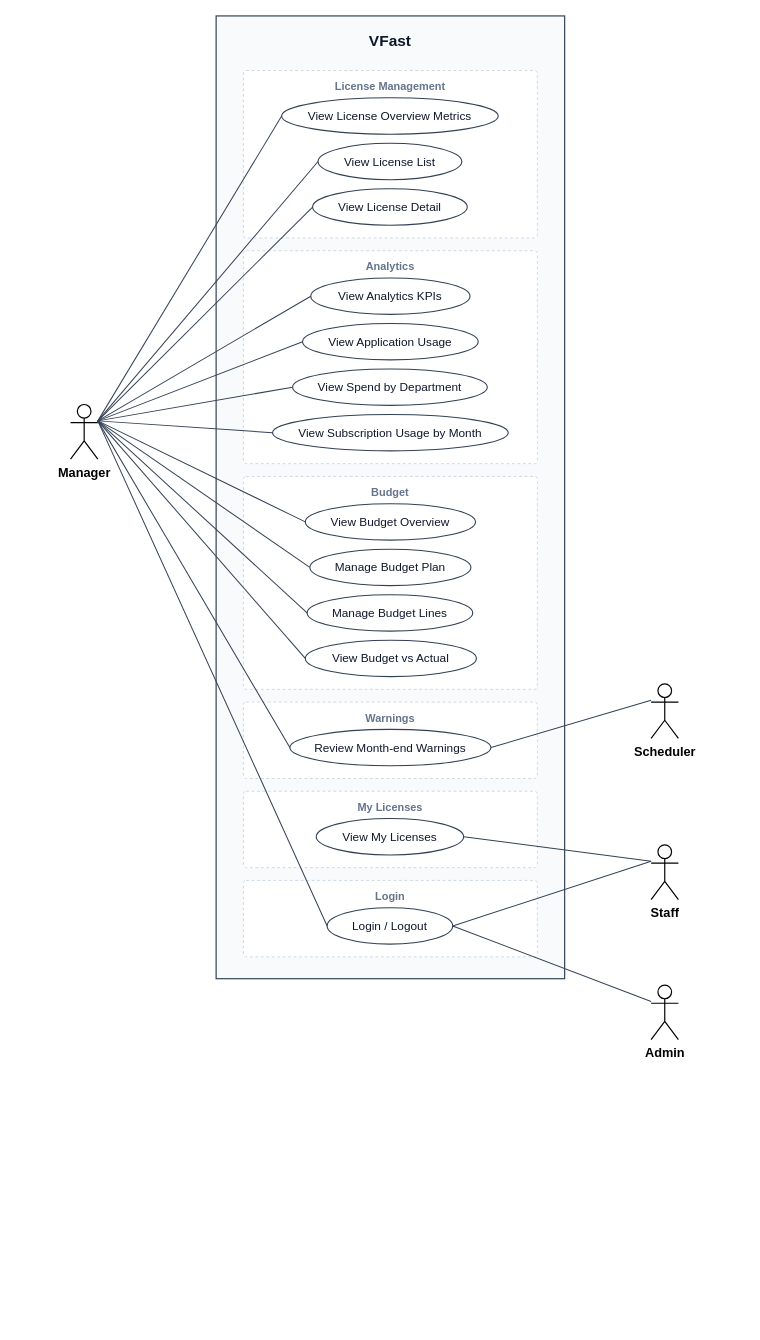
This is docs/diagrams/out/uc_vfast.drawio from cuonglpv/VFast, a draw.io file, before an edit. Source tidied: cells renumbered, new cells numbered last; positions are measured from the earlier drawing's top-left corner, leaving out a move shared by most shapes. Both pictures are drawn from the tidied source at 91%, with x=0, y=0 at pixel (70, 15).
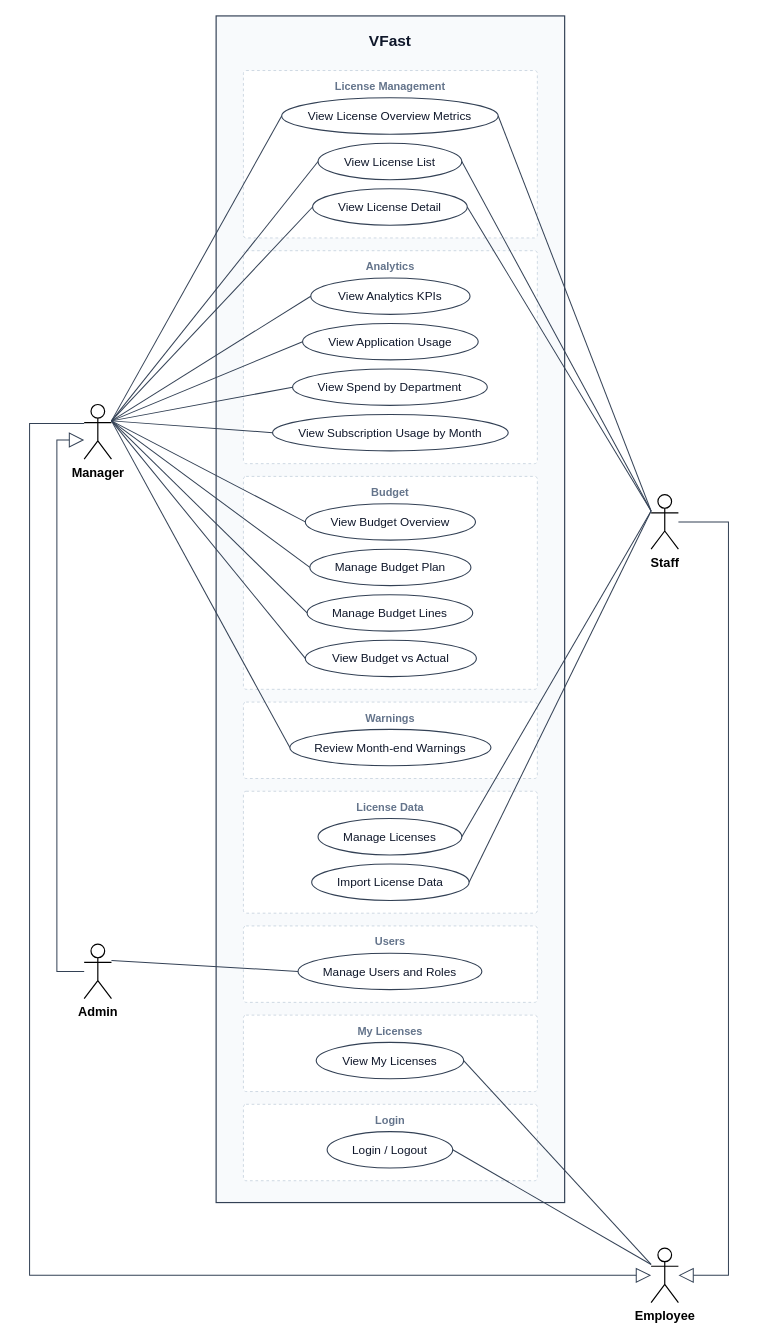
The same diagram, later.

Commit message (it also covers changes not shown here):
docs: restructure into research, use cases and INVEST docs with the new roles

The change refers to these unchanged cells:
```xml
<mxCell id="9" value="View License Overview Metrics" style="ellipse;whiteSpace=wrap;html=1;fillColor=#ffffff;strokeColor=#334155;strokeWidth=1.2;fontSize=13;fontColor=#0f172a;fontFamily=Arial;" parent="1" vertex="1">
  <mxGeometry x="232" y="90" width="238" height="40" as="geometry" />
</mxCell>
<mxCell id="10" value="View License List" style="ellipse;whiteSpace=wrap;html=1;fillColor=#ffffff;strokeColor=#334155;strokeWidth=1.2;fontSize=13;fontColor=#0f172a;fontFamily=Arial;" parent="1" vertex="1">
  <mxGeometry x="272" y="140" width="158" height="40" as="geometry" />
</mxCell>
<mxCell id="11" value="View License Detail" style="ellipse;whiteSpace=wrap;html=1;fillColor=#ffffff;strokeColor=#334155;strokeWidth=1.2;fontSize=13;fontColor=#0f172a;fontFamily=Arial;" parent="1" vertex="1">
  <mxGeometry x="266" y="190" width="170" height="40" as="geometry" />
</mxCell>
<mxCell id="20" value="Review Month-end Warnings" style="ellipse;whiteSpace=wrap;html=1;fillColor=#ffffff;strokeColor=#334155;strokeWidth=1.2;fontSize=13;fontColor=#0f172a;fontFamily=Arial;" parent="1" vertex="1">
  <mxGeometry x="241" y="784" width="221" height="40" as="geometry" />
</mxCell>
```

Diff of the diagram source:
```diff
@@
     <mxCell id="2" value="VFast" style="rounded=0;whiteSpace=wrap;html=1;fillColor=#F8FAFC;strokeColor=#334155;strokeWidth=1.3;verticalAlign=top;fontSize=17;fontStyle=1;fontColor=#0f172a;spacingTop=12;fontFamily=Arial;" parent="1" vertex="1">
-      <mxGeometry x="160" width="383" height="1058" as="geometry" />
+      <mxGeometry x="160" width="383" height="1304" as="geometry" />
     </mxCell>
@@
-    <mxCell id="7" value="My Licenses" style="rounded=1;arcSize=6;absoluteArcSize=1;whiteSpace=wrap;html=1;fillColor=#ffffff;strokeColor=#CBD5E1;dashed=1;strokeWidth=1;verticalAlign=top;align=center;spacingTop=4;fontSize=12;fontStyle=1;fontColor=#64748B;fontFamily=Arial;" parent="1" vertex="1">
-      <mxGeometry x="190" y="852" width="323" height="84" as="geometry" />
+    <mxCell id="7" value="License Data" style="rounded=1;arcSize=6;absoluteArcSize=1;whiteSpace=wrap;html=1;fillColor=#ffffff;strokeColor=#CBD5E1;dashed=1;strokeWidth=1;verticalAlign=top;align=center;spacingTop=4;fontSize=12;fontStyle=1;fontColor=#64748B;fontFamily=Arial;" parent="1" vertex="1">
+      <mxGeometry x="190" y="852" width="323" height="134" as="geometry" />
     </mxCell>
-    <mxCell id="8" value="Login" style="rounded=1;arcSize=6;absoluteArcSize=1;whiteSpace=wrap;html=1;fillColor=#ffffff;strokeColor=#CBD5E1;dashed=1;strokeWidth=1;verticalAlign=top;align=center;spacingTop=4;fontSize=12;fontStyle=1;fontColor=#64748B;fontFamily=Arial;" parent="1" vertex="1">
-      <mxGeometry x="190" y="950" width="323" height="84" as="geometry" />
+    <mxCell id="8" value="Users" style="rounded=1;arcSize=6;absoluteArcSize=1;whiteSpace=wrap;html=1;fillColor=#ffffff;strokeColor=#CBD5E1;dashed=1;strokeWidth=1;verticalAlign=top;align=center;spacingTop=4;fontSize=12;fontStyle=1;fontColor=#64748B;fontFamily=Arial;" parent="1" vertex="1">
+      <mxGeometry x="190" y="1000" width="323" height="84" as="geometry" />
     </mxCell>
+    <mxCell id="44" value="My Licenses" style="rounded=1;arcSize=6;absoluteArcSize=1;whiteSpace=wrap;html=1;fillColor=#ffffff;strokeColor=#CBD5E1;dashed=1;strokeWidth=1;verticalAlign=top;align=center;spacingTop=4;fontSize=12;fontStyle=1;fontColor=#64748B;fontFamily=Arial;" parent="1" vertex="1">
+      <mxGeometry x="190" y="1098" width="323" height="84" as="geometry" />
+    </mxCell>
+    <mxCell id="45" value="Login" style="rounded=1;arcSize=6;absoluteArcSize=1;whiteSpace=wrap;html=1;fillColor=#ffffff;strokeColor=#CBD5E1;dashed=1;strokeWidth=1;verticalAlign=top;align=center;spacingTop=4;fontSize=12;fontStyle=1;fontColor=#64748B;fontFamily=Arial;" parent="1" vertex="1">
+      <mxGeometry x="190" y="1196" width="323" height="84" as="geometry" />
+    </mxCell>
@@
-    <mxCell id="21" value="View My Licenses" style="ellipse;whiteSpace=wrap;html=1;fillColor=#ffffff;strokeColor=#334155;strokeWidth=1.2;fontSize=13;fontColor=#0f172a;fontFamily=Arial;" parent="1" vertex="1">
-      <mxGeometry x="270" y="882" width="162" height="40" as="geometry" />
+    <mxCell id="21" value="Manage Licenses" style="ellipse;whiteSpace=wrap;html=1;fillColor=#ffffff;strokeColor=#334155;strokeWidth=1.2;fontSize=13;fontColor=#0f172a;fontFamily=Arial;" parent="1" vertex="1">
+      <mxGeometry x="272" y="882" width="158" height="40" as="geometry" />
     </mxCell>
-    <mxCell id="22" value="Login / Logout" style="ellipse;whiteSpace=wrap;html=1;fillColor=#ffffff;strokeColor=#334155;strokeWidth=1.2;fontSize=13;fontColor=#0f172a;fontFamily=Arial;" parent="1" vertex="1">
-      <mxGeometry x="282" y="980" width="138" height="40" as="geometry" />
+    <mxCell id="22" value="Import License Data" style="ellipse;whiteSpace=wrap;html=1;fillColor=#ffffff;strokeColor=#334155;strokeWidth=1.2;fontSize=13;fontColor=#0f172a;fontFamily=Arial;" parent="1" vertex="1">
+      <mxGeometry x="265" y="932" width="173" height="40" as="geometry" />
     </mxCell>
+    <mxCell id="46" value="Manage Users and Roles" style="ellipse;whiteSpace=wrap;html=1;fillColor=#ffffff;strokeColor=#334155;strokeWidth=1.2;fontSize=13;fontColor=#0f172a;fontFamily=Arial;" parent="1" vertex="1">
+      <mxGeometry x="250" y="1030" width="202" height="40" as="geometry" />
+    </mxCell>
+    <mxCell id="47" value="View My Licenses" style="ellipse;whiteSpace=wrap;html=1;fillColor=#ffffff;strokeColor=#334155;strokeWidth=1.2;fontSize=13;fontColor=#0f172a;fontFamily=Arial;" parent="1" vertex="1">
+      <mxGeometry x="270" y="1128" width="162" height="40" as="geometry" />
+    </mxCell>
+    <mxCell id="48" value="Login / Logout" style="ellipse;whiteSpace=wrap;html=1;fillColor=#ffffff;strokeColor=#334155;strokeWidth=1.2;fontSize=13;fontColor=#0f172a;fontFamily=Arial;" parent="1" vertex="1">
+      <mxGeometry x="282" y="1226" width="138" height="40" as="geometry" />
+    </mxCell>
     <mxCell id="23" value="Manager" style="shape=umlActor;verticalLabelPosition=bottom;verticalAlign=top;html=1;outlineConnect=0;fontSize=14;fontStyle=1;fontFamily=Arial;strokeWidth=1.3;" parent="1" vertex="1">
-      <mxGeometry y="427" width="30" height="60" as="geometry" />
+      <mxGeometry x="15" y="427" width="30" height="60" as="geometry" />
     </mxCell>
-    <mxCell id="24" value="Scheduler" style="shape=umlActor;verticalLabelPosition=bottom;verticalAlign=top;html=1;outlineConnect=0;fontSize=14;fontStyle=1;fontFamily=Arial;strokeWidth=1.3;" parent="1" vertex="1">
-      <mxGeometry x="638" y="734" width="30" height="60" as="geometry" />
-    </mxCell>
+    <mxCell id="26" value="Admin" style="shape=umlActor;verticalLabelPosition=bottom;verticalAlign=top;html=1;outlineConnect=0;fontSize=14;fontStyle=1;fontFamily=Arial;strokeWidth=1.3;" parent="1" vertex="1">
+      <mxGeometry x="15" y="1020" width="30" height="60" as="geometry" />
+    </mxCell>
     <mxCell id="25" value="Staff" style="shape=umlActor;verticalLabelPosition=bottom;verticalAlign=top;html=1;outlineConnect=0;fontSize=14;fontStyle=1;fontFamily=Arial;strokeWidth=1.3;" parent="1" vertex="1">
-      <mxGeometry x="638" y="911" width="30" height="60" as="geometry" />
+      <mxGeometry x="638" y="526" width="30" height="60" as="geometry" />
     </mxCell>
-    <mxCell id="26" value="Admin" style="shape=umlActor;verticalLabelPosition=bottom;verticalAlign=top;html=1;outlineConnect=0;fontSize=14;fontStyle=1;fontFamily=Arial;strokeWidth=1.3;" parent="1" vertex="1">
-      <mxGeometry x="638" y="1065" width="30" height="60" as="geometry" />
-    </mxCell>
+    <mxCell id="49" value="Employee" style="shape=umlActor;verticalLabelPosition=bottom;verticalAlign=top;html=1;outlineConnect=0;fontSize=14;fontStyle=1;fontFamily=Arial;strokeWidth=1.3;" parent="1" vertex="1">
+      <mxGeometry x="638" y="1354" width="30" height="60" as="geometry" />
+    </mxCell>
@@
-    <mxCell id="39" style="endArrow=none;html=1;rounded=0;strokeColor=#334155;strokeWidth=1.1;exitX=1;exitY=0.3;exitDx=0;exitDy=0;exitPerimeter=0;entryX=0;entryY=0.5;entryDx=0;entryDy=0;" parent="1" edge="1" source="23" target="22">
+    <mxCell id="39" style="endArrow=none;html=1;rounded=0;strokeColor=#334155;strokeWidth=1.1;exitX=0;exitY=0.3;exitDx=0;exitDy=0;exitPerimeter=0;entryX=1;entryY=0.5;entryDx=0;entryDy=0;" parent="1" edge="1" source="25" target="9">
       <mxGeometry relative="1" as="geometry" />
     </mxCell>
-    <mxCell id="40" style="endArrow=none;html=1;rounded=0;strokeColor=#334155;strokeWidth=1.1;exitX=0;exitY=0.3;exitDx=0;exitDy=0;exitPerimeter=0;entryX=1;entryY=0.5;entryDx=0;entryDy=0;" parent="1" edge="1" source="25" target="21">
+    <mxCell id="40" style="endArrow=none;html=1;rounded=0;strokeColor=#334155;strokeWidth=1.1;exitX=0;exitY=0.3;exitDx=0;exitDy=0;exitPerimeter=0;entryX=1;entryY=0.5;entryDx=0;entryDy=0;" parent="1" edge="1" source="25" target="10">
       <mxGeometry relative="1" as="geometry" />
     </mxCell>
-    <mxCell id="41" style="endArrow=none;html=1;rounded=0;strokeColor=#334155;strokeWidth=1.1;exitX=0;exitY=0.3;exitDx=0;exitDy=0;exitPerimeter=0;entryX=1;entryY=0.5;entryDx=0;entryDy=0;" parent="1" edge="1" source="25" target="22">
+    <mxCell id="41" style="endArrow=none;html=1;rounded=0;strokeColor=#334155;strokeWidth=1.1;exitX=0;exitY=0.3;exitDx=0;exitDy=0;exitPerimeter=0;entryX=1;entryY=0.5;entryDx=0;entryDy=0;" parent="1" edge="1" source="25" target="11">
       <mxGeometry relative="1" as="geometry" />
     </mxCell>
-    <mxCell id="42" style="endArrow=none;html=1;rounded=0;strokeColor=#334155;strokeWidth=1.1;exitX=0;exitY=0.3;exitDx=0;exitDy=0;exitPerimeter=0;entryX=1;entryY=0.5;entryDx=0;entryDy=0;" parent="1" edge="1" source="26" target="22">
+    <mxCell id="42" style="endArrow=none;html=1;rounded=0;strokeColor=#334155;strokeWidth=1.1;exitX=0;exitY=0.3;exitDx=0;exitDy=0;exitPerimeter=0;entryX=1;entryY=0.5;entryDx=0;entryDy=0;" parent="1" edge="1" source="25" target="21">
       <mxGeometry relative="1" as="geometry" />
     </mxCell>
-    <mxCell id="43" style="endArrow=none;html=1;rounded=0;strokeColor=#334155;strokeWidth=1.1;exitX=0;exitY=0.3;exitDx=0;exitDy=0;exitPerimeter=0;entryX=1;entryY=0.5;entryDx=0;entryDy=0;" parent="1" edge="1" source="24" target="20">
+    <mxCell id="43" style="endArrow=none;html=1;rounded=0;strokeColor=#334155;strokeWidth=1.1;exitX=0;exitY=0.3;exitDx=0;exitDy=0;exitPerimeter=0;entryX=1;entryY=0.5;entryDx=0;entryDy=0;" parent="1" edge="1" source="25" target="22">
       <mxGeometry relative="1" as="geometry" />
     </mxCell>
+    <mxCell id="50" style="endArrow=none;html=1;rounded=0;strokeColor=#334155;strokeWidth=1.1;exitX=1;exitY=0.3;exitDx=0;exitDy=0;exitPerimeter=0;entryX=0;entryY=0.5;entryDx=0;entryDy=0;" parent="1" edge="1" source="26" target="46">
+      <mxGeometry relative="1" as="geometry" />
+    </mxCell>
+    <mxCell id="51" style="endArrow=none;html=1;rounded=0;strokeColor=#334155;strokeWidth=1.1;exitX=0;exitY=0.3;exitDx=0;exitDy=0;exitPerimeter=0;entryX=1;entryY=0.5;entryDx=0;entryDy=0;" parent="1" edge="1" source="49" target="47">
+      <mxGeometry relative="1" as="geometry" />
+    </mxCell>
+    <mxCell id="52" style="endArrow=none;html=1;rounded=0;strokeColor=#334155;strokeWidth=1.1;exitX=0;exitY=0.3;exitDx=0;exitDy=0;exitPerimeter=0;entryX=1;entryY=0.5;entryDx=0;entryDy=0;" parent="1" edge="1" source="49" target="48">
+      <mxGeometry relative="1" as="geometry" />
+    </mxCell>
+    <mxCell id="53" style="html=1;rounded=0;endArrow=block;endFill=0;endSize=14;strokeColor=#334155;strokeWidth=1.1;exitX=0;exitY=0.5;exitDx=0;exitDy=0;exitPerimeter=0;entryX=0;entryY=0.65;entryDx=0;entryDy=0;entryPerimeter=0;" parent="1" edge="1" source="26" target="23">
+      <mxGeometry relative="1" as="geometry">
+        <Array as="points">
+          <mxPoint x="-15" y="1050" />
+          <mxPoint x="-15" y="466" />
+        </Array>
+      </mxGeometry>
+    </mxCell>
+    <mxCell id="54" style="html=1;rounded=0;endArrow=block;endFill=0;endSize=14;strokeColor=#334155;strokeWidth=1.1;exitX=0;exitY=0.35;exitDx=0;exitDy=0;exitPerimeter=0;entryX=0;entryY=0.5;entryDx=0;entryDy=0;entryPerimeter=0;" parent="1" edge="1" source="23" target="49">
+      <mxGeometry relative="1" as="geometry">
+        <Array as="points">
+          <mxPoint x="-45" y="448" />
+          <mxPoint x="-45" y="1384" />
+        </Array>
+      </mxGeometry>
+    </mxCell>
+    <mxCell id="55" style="html=1;rounded=0;endArrow=block;endFill=0;endSize=14;strokeColor=#334155;strokeWidth=1.1;exitX=1;exitY=0.5;exitDx=0;exitDy=0;exitPerimeter=0;entryX=1;entryY=0.5;entryDx=0;entryDy=0;entryPerimeter=0;" parent="1" edge="1" source="25" target="49">
+      <mxGeometry relative="1" as="geometry">
+        <Array as="points">
+          <mxPoint x="723" y="556" />
+          <mxPoint x="723" y="1384" />
+        </Array>
+      </mxGeometry>
+    </mxCell>
```
